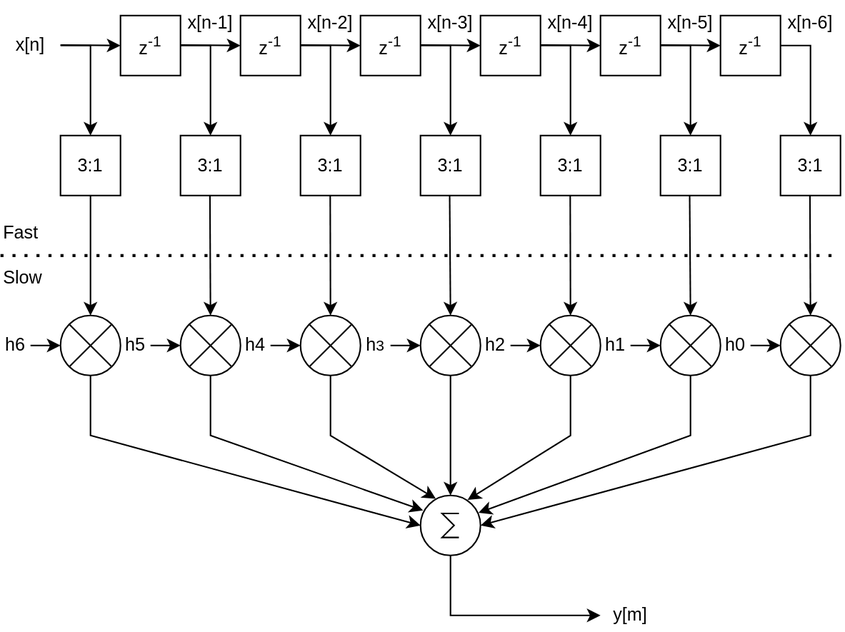
Earlier version of the draw.io export assets/polyphase/polyphase-delay_input_multiply_in_slow_domain.drawio.svg (tomverbeure/tomverbeure.github.io). Source tidied: cells renumbered, new cells last; positions are measured from the earlier drawing's top-left corner, leaving out a move shared by most shapes.
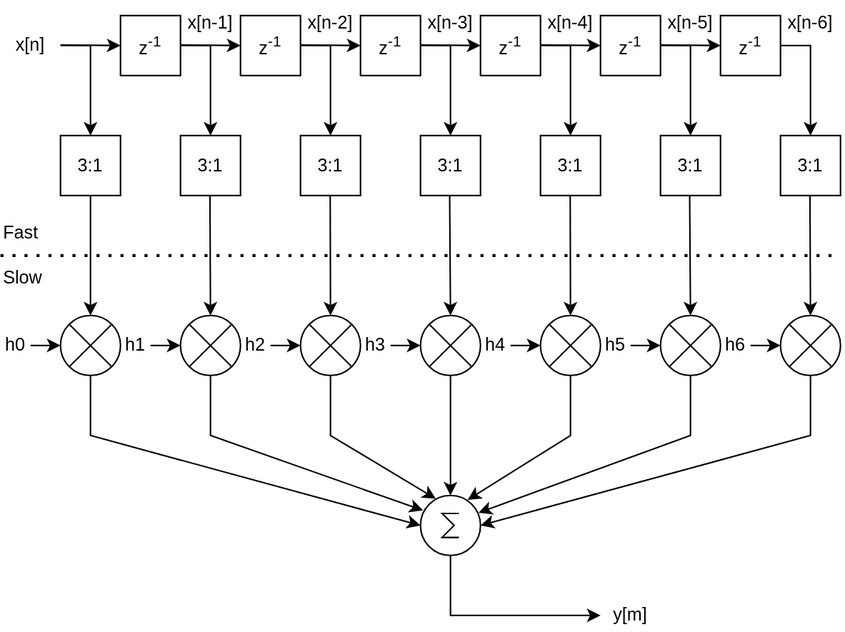
The same file after the commit.

The edit, as a diff of the source:
```diff
@@ -26,7 +26,7 @@
         <mxPoint x="200" y="230" as="targetPoint" />
       </mxGeometry>
     </mxCell>
-    <mxCell id="6" value="h4" style="text;html=1;strokeColor=none;fillColor=none;align=center;verticalAlign=middle;whiteSpace=wrap;rounded=0;" parent="1" vertex="1">
+    <mxCell id="6" value="h2" style="text;html=1;strokeColor=none;fillColor=none;align=center;verticalAlign=middle;whiteSpace=wrap;rounded=0;" parent="1" vertex="1">
       <mxGeometry x="160" y="220" width="20" height="20" as="geometry" />
     </mxCell>
     <mxCell id="7" value="x[n-2]" style="text;html=1;strokeColor=none;fillColor=none;align=center;verticalAlign=middle;whiteSpace=wrap;rounded=0;" parent="1" vertex="1">
@@ -84,7 +84,7 @@
         <mxPoint x="120" y="230" as="targetPoint" />
       </mxGeometry>
     </mxCell>
-    <mxCell id="20" value="h5" style="text;html=1;strokeColor=none;fillColor=none;align=center;verticalAlign=middle;whiteSpace=wrap;rounded=0;" parent="1" vertex="1">
+    <mxCell id="20" value="h1" style="text;html=1;strokeColor=none;fillColor=none;align=center;verticalAlign=middle;whiteSpace=wrap;rounded=0;" parent="1" vertex="1">
       <mxGeometry x="80" y="220" width="20" height="20" as="geometry" />
     </mxCell>
     <mxCell id="21" value="x[n-1]" style="text;html=1;strokeColor=none;fillColor=none;align=center;verticalAlign=middle;whiteSpace=wrap;rounded=0;" parent="1" vertex="1">
@@ -121,7 +121,7 @@
         <mxPoint x="40" y="230" as="targetPoint" />
       </mxGeometry>
     </mxCell>
-    <mxCell id="27" value="h6" style="text;html=1;strokeColor=none;fillColor=none;align=center;verticalAlign=middle;whiteSpace=wrap;rounded=0;" parent="1" vertex="1">
+    <mxCell id="27" value="h0" style="text;html=1;strokeColor=none;fillColor=none;align=center;verticalAlign=middle;whiteSpace=wrap;rounded=0;" parent="1" vertex="1">
       <mxGeometry y="220" width="20" height="20" as="geometry" />
     </mxCell>
     <mxCell id="28" style="endArrow=classic;html=1;rounded=0;entryX=0;entryY=0.5;entryDx=0;entryDy=0;entryPerimeter=0;exitX=0.5;exitY=1;exitDx=0;exitDy=0;exitPerimeter=0;" parent="1" edge="1" source="23" target="56">
@@ -155,7 +155,7 @@
         <mxPoint x="280" y="230" as="targetPoint" />
       </mxGeometry>
     </mxCell>
-    <mxCell id="33" value="h&lt;span style=&quot;font-size: 10px;&quot;&gt;3&lt;/span&gt;" style="text;html=1;strokeColor=none;fillColor=none;align=center;verticalAlign=middle;whiteSpace=wrap;rounded=0;" parent="1" vertex="1">
+    <mxCell id="33" value="h3" style="text;html=1;strokeColor=none;fillColor=none;align=center;verticalAlign=middle;whiteSpace=wrap;rounded=0;" parent="1" vertex="1">
       <mxGeometry x="240" y="220" width="20" height="20" as="geometry" />
     </mxCell>
     <mxCell id="34" value="x[n-3]" style="text;html=1;strokeColor=none;fillColor=none;align=center;verticalAlign=middle;whiteSpace=wrap;rounded=0;" parent="1" vertex="1">
@@ -188,7 +188,7 @@
         <mxPoint x="360" y="230" as="targetPoint" />
       </mxGeometry>
     </mxCell>
-    <mxCell id="40" value="h2" style="text;html=1;strokeColor=none;fillColor=none;align=center;verticalAlign=middle;whiteSpace=wrap;rounded=0;" parent="1" vertex="1">
+    <mxCell id="40" value="h4" style="text;html=1;strokeColor=none;fillColor=none;align=center;verticalAlign=middle;whiteSpace=wrap;rounded=0;" parent="1" vertex="1">
       <mxGeometry x="320" y="220" width="20" height="20" as="geometry" />
     </mxCell>
     <mxCell id="41" value="x[n-4]" style="text;html=1;strokeColor=none;fillColor=none;align=center;verticalAlign=middle;whiteSpace=wrap;rounded=0;" parent="1" vertex="1">
@@ -225,7 +225,7 @@
         <mxPoint x="440" y="230" as="targetPoint" />
       </mxGeometry>
     </mxCell>
-    <mxCell id="47" value="h1" style="text;html=1;strokeColor=none;fillColor=none;align=center;verticalAlign=middle;whiteSpace=wrap;rounded=0;" parent="1" vertex="1">
+    <mxCell id="47" value="h5" style="text;html=1;strokeColor=none;fillColor=none;align=center;verticalAlign=middle;whiteSpace=wrap;rounded=0;" parent="1" vertex="1">
       <mxGeometry x="400" y="220" width="20" height="20" as="geometry" />
     </mxCell>
     <mxCell id="48" value="x[n-5]" style="text;html=1;strokeColor=none;fillColor=none;align=center;verticalAlign=middle;whiteSpace=wrap;rounded=0;" parent="1" vertex="1">
@@ -256,7 +256,7 @@
         <mxPoint x="520" y="230" as="targetPoint" />
       </mxGeometry>
     </mxCell>
-    <mxCell id="53" value="h0" style="text;html=1;strokeColor=none;fillColor=none;align=center;verticalAlign=middle;whiteSpace=wrap;rounded=0;" parent="1" vertex="1">
+    <mxCell id="53" value="h6" style="text;html=1;strokeColor=none;fillColor=none;align=center;verticalAlign=middle;whiteSpace=wrap;rounded=0;" parent="1" vertex="1">
       <mxGeometry x="480" y="220" width="20" height="20" as="geometry" />
     </mxCell>
     <mxCell id="54" value="x[n-6]" style="text;html=1;strokeColor=none;fillColor=none;align=center;verticalAlign=middle;whiteSpace=wrap;rounded=0;" parent="1" vertex="1">
```
